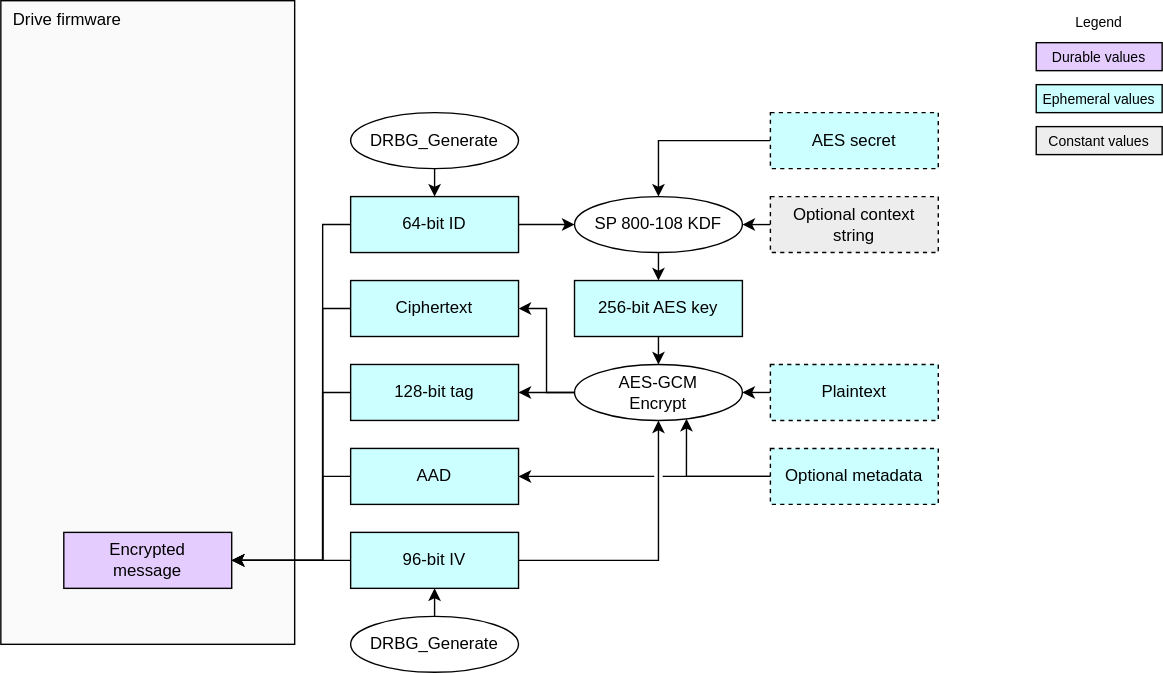
The draw.io diagram doc/ocp_lock/diagrams/preconditioned_aes_encrypt.drawio.svg in chipsalliance/Caliptra, before a commit. Source tidied: cells renumbered, new cells last; positions are measured from the earlier drawing's top-left corner, leaving out a move shared by most shapes.
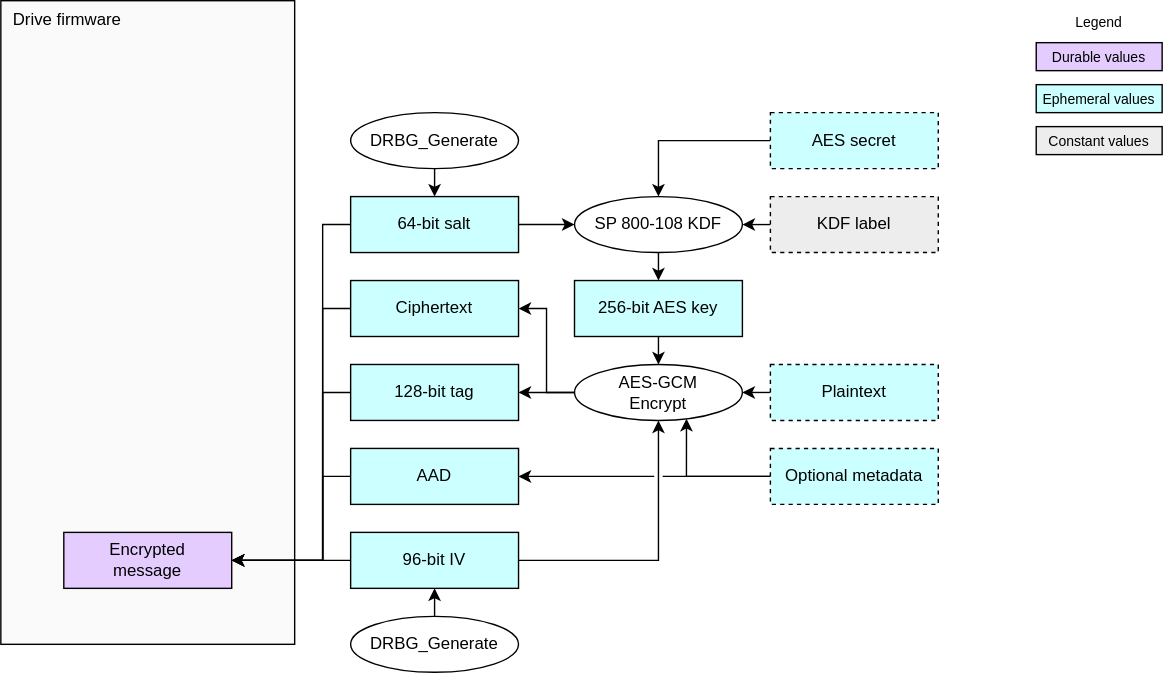
After the change.

What changed in the source:
```diff
@@ -55,7 +55,7 @@
     <mxCell id="17" value="AES secret" style="rounded=0;whiteSpace=wrap;html=1;align=center;verticalAlign=middle;shadow=0;glass=0;spacingLeft=0;spacingBottom=0;spacingTop=0;fillColor=#CCFFFF;dashed=1;" parent="1" vertex="1">
       <mxGeometry x="550" y="80" width="120" height="40" as="geometry" />
     </mxCell>
-    <mxCell id="18" value="&lt;div&gt;&lt;font color=&quot;#000000&quot;&gt;64-bit ID&lt;/font&gt;&lt;/div&gt;" style="rounded=0;whiteSpace=wrap;html=1;align=center;verticalAlign=middle;shadow=0;glass=0;spacingLeft=0;spacingBottom=0;spacingTop=0;fillColor=#CCFFFF;" parent="1" vertex="1">
+    <mxCell id="18" value="&lt;div&gt;&lt;font color=&quot;#000000&quot;&gt;64-bit salt&lt;/font&gt;&lt;/div&gt;" style="rounded=0;whiteSpace=wrap;html=1;align=center;verticalAlign=middle;shadow=0;glass=0;spacingLeft=0;spacingBottom=0;spacingTop=0;fillColor=#CCFFFF;" parent="1" vertex="1">
       <mxGeometry x="250" y="140" width="120" height="40" as="geometry" />
     </mxCell>
     <mxCell id="19" style="edgeStyle=none;html=1;exitX=0.5;exitY=1;exitDx=0;exitDy=0;entryX=0.5;entryY=0;entryDx=0;entryDy=0;" parent="1" edge="1" source="20" target="18">
@@ -103,7 +103,7 @@
     <mxCell id="28" style="edgeStyle=orthogonalEdgeStyle;html=1;exitX=0;exitY=0.5;exitDx=0;exitDy=0;entryX=1;entryY=0.5;entryDx=0;entryDy=0;rounded=0;" parent="1" edge="1" source="29" target="16">
       <mxGeometry relative="1" as="geometry" />
     </mxCell>
-    <mxCell id="29" value="&lt;div&gt;&lt;font color=&quot;#000000&quot;&gt;Optional context string&lt;/font&gt;&lt;/div&gt;" style="rounded=0;whiteSpace=wrap;html=1;align=center;verticalAlign=middle;shadow=0;glass=0;spacingLeft=0;spacingBottom=0;spacingTop=0;fillColor=#EDEDED;dashed=1;" parent="1" vertex="1">
+    <mxCell id="29" value="&lt;div&gt;&lt;font color=&quot;#000000&quot;&gt;KDF label&lt;/font&gt;&lt;/div&gt;" style="rounded=0;whiteSpace=wrap;html=1;align=center;verticalAlign=middle;shadow=0;glass=0;spacingLeft=0;spacingBottom=0;spacingTop=0;fillColor=#EDEDED;dashed=1;" parent="1" vertex="1">
       <mxGeometry x="550" y="140" width="120" height="40" as="geometry" />
     </mxCell>
     <mxCell id="30" value="&lt;div&gt;&lt;font color=&quot;#000000&quot;&gt;Encrypted&lt;/font&gt;&lt;/div&gt;&lt;div&gt;&lt;font color=&quot;#000000&quot;&gt;message&lt;/font&gt;&lt;/div&gt;" style="rounded=0;whiteSpace=wrap;html=1;align=center;verticalAlign=middle;shadow=0;glass=0;spacingLeft=0;spacingBottom=0;spacingTop=0;fillColor=#E5CCFF;gradientColor=none;strokeColor=#000000;gradientDirection=south;" parent="1" vertex="1">
```
